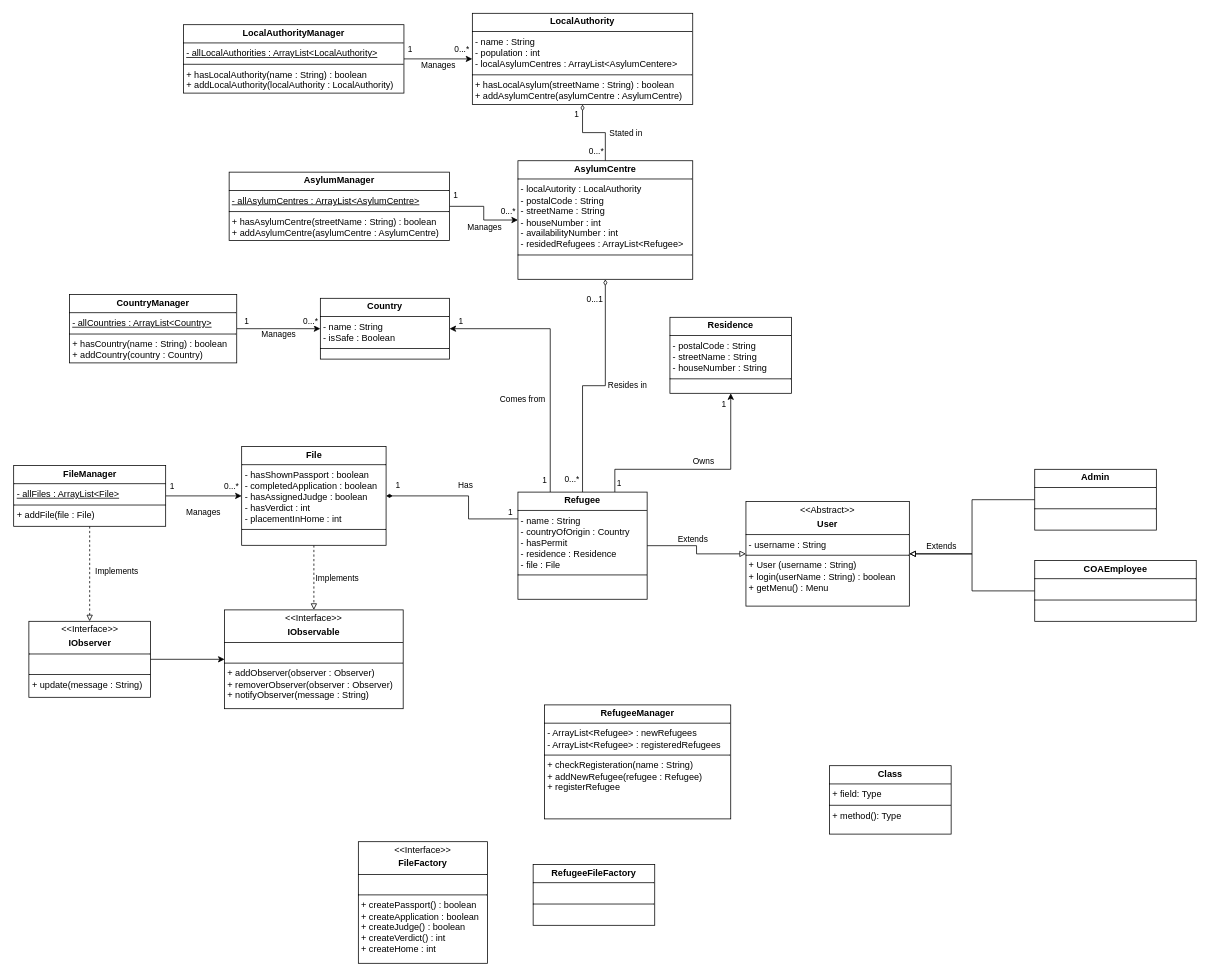
Above: Documentatie/UML OPT.drawio in Wollepluis/COAApplicatieHerschreven_OPT (draw.io), before the change. Source tidied: cells renumbered, new cells numbered last; positions are measured from the earlier drawing's top-left corner, leaving out a move shared by most shapes. Both pictures are drawn from the tidied source at 76%, with x=0, y=0 at pixel (13, 13).
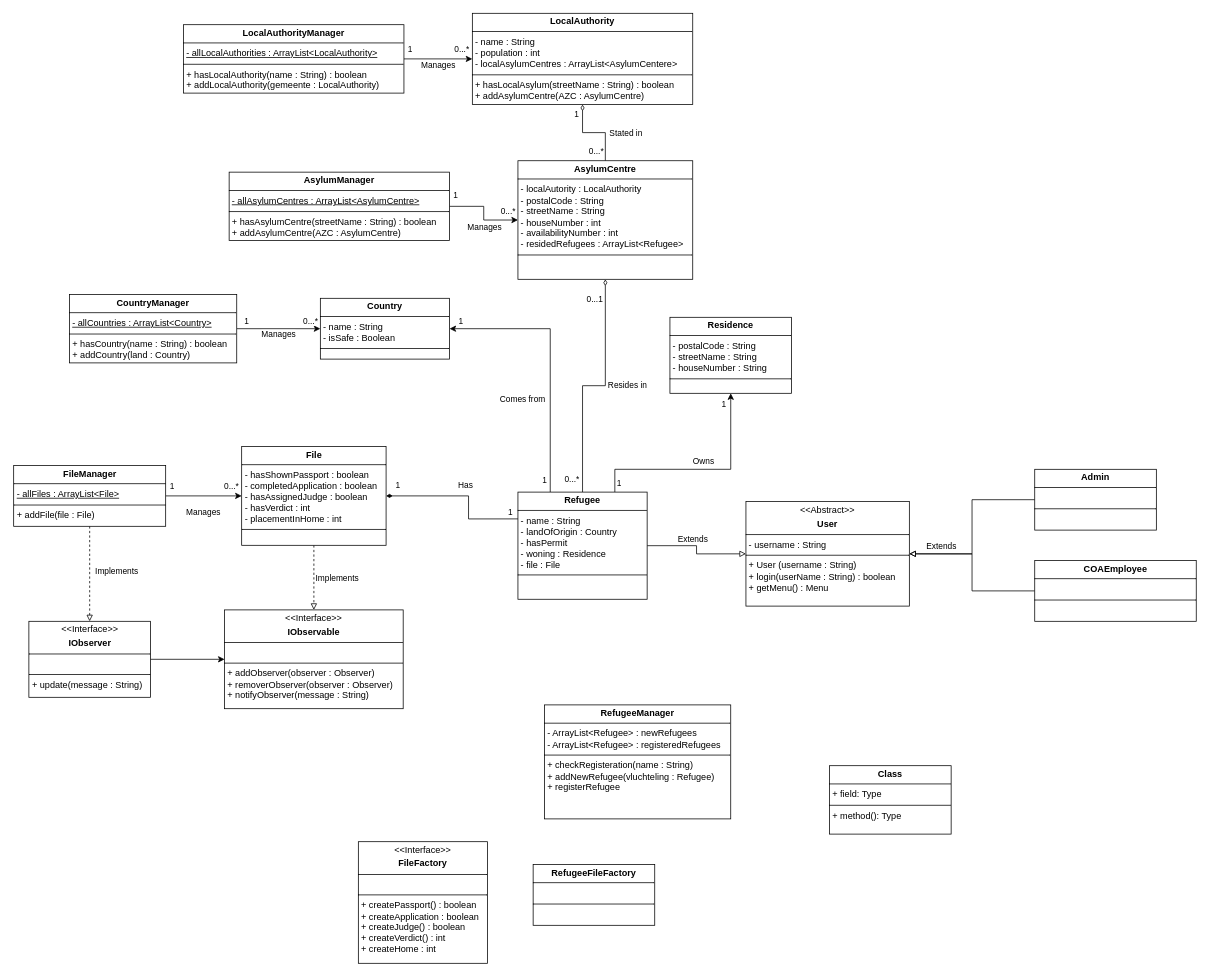
After the change.

What changed in the source:
```diff
@@
-    <mxCell id="12" value="&lt;p style=&quot;margin:0px;margin-top:4px;text-align:center;&quot;&gt;&lt;b&gt;AsylumManager&lt;/b&gt;&lt;/p&gt;&lt;hr size=&quot;1&quot; style=&quot;border-style:solid;&quot;&gt;&lt;p style=&quot;margin:0px;margin-left:4px;&quot;&gt;&lt;u&gt;- allAsylumCentres : ArrayList&amp;lt;AsylumCentre&amp;gt;&lt;/u&gt;&lt;/p&gt;&lt;hr size=&quot;1&quot; style=&quot;border-style:solid;&quot;&gt;&lt;p style=&quot;margin:0px;margin-left:4px;&quot;&gt;+ hasAsylumCentre(streetName : String) : boolean&lt;/p&gt;&lt;p style=&quot;margin:0px;margin-left:4px;&quot;&gt;+ addAsylumCentre(asylumCentre : AsylumCentre)&lt;/p&gt;" style="verticalAlign=top;align=left;overflow=fill;html=1;whiteSpace=wrap;" parent="1" vertex="1">
+    <mxCell id="12" value="&lt;p style=&quot;margin:0px;margin-top:4px;text-align:center;&quot;&gt;&lt;b&gt;AsylumManager&lt;/b&gt;&lt;/p&gt;&lt;hr size=&quot;1&quot; style=&quot;border-style:solid;&quot;&gt;&lt;p style=&quot;margin:0px;margin-left:4px;&quot;&gt;&lt;u&gt;- allAsylumCentres : ArrayList&amp;lt;AsylumCentre&amp;gt;&lt;/u&gt;&lt;/p&gt;&lt;hr size=&quot;1&quot; style=&quot;border-style:solid;&quot;&gt;&lt;p style=&quot;margin:0px;margin-left:4px;&quot;&gt;+ hasAsylumCentre(streetName : String) : boolean&lt;/p&gt;&lt;p style=&quot;margin:0px;margin-left:4px;&quot;&gt;+ addAsylumCentre(AZC : AsylumCentre)&lt;/p&gt;" style="verticalAlign=top;align=left;overflow=fill;html=1;whiteSpace=wrap;" parent="1" vertex="1">
       <mxGeometry x="284" y="209" width="290" height="90" as="geometry" />
     </mxCell>
@@
-    <mxCell id="17" value="&lt;p style=&quot;margin:0px;margin-top:4px;text-align:center;&quot;&gt;&lt;b&gt;CountryManager&lt;/b&gt;&lt;/p&gt;&lt;hr size=&quot;1&quot; style=&quot;border-style:solid;&quot;&gt;&lt;p style=&quot;margin:0px;margin-left:4px;&quot;&gt;&lt;u&gt;- allCountries : ArrayList&amp;lt;Country&amp;gt;&lt;/u&gt;&lt;/p&gt;&lt;hr size=&quot;1&quot; style=&quot;border-style:solid;&quot;&gt;&lt;p style=&quot;margin:0px;margin-left:4px;&quot;&gt;+ hasCountry(name : String) : boolean&lt;/p&gt;&lt;p style=&quot;margin:0px;margin-left:4px;&quot;&gt;+ addCountry(country : Country)&lt;/p&gt;" style="verticalAlign=top;align=left;overflow=fill;html=1;whiteSpace=wrap;" parent="1" vertex="1">
+    <mxCell id="17" value="&lt;p style=&quot;margin:0px;margin-top:4px;text-align:center;&quot;&gt;&lt;b&gt;CountryManager&lt;/b&gt;&lt;/p&gt;&lt;hr size=&quot;1&quot; style=&quot;border-style:solid;&quot;&gt;&lt;p style=&quot;margin:0px;margin-left:4px;&quot;&gt;&lt;u&gt;- allCountries : ArrayList&amp;lt;Country&amp;gt;&lt;/u&gt;&lt;/p&gt;&lt;hr size=&quot;1&quot; style=&quot;border-style:solid;&quot;&gt;&lt;p style=&quot;margin:0px;margin-left:4px;&quot;&gt;+ hasCountry(name : String) : boolean&lt;/p&gt;&lt;p style=&quot;margin:0px;margin-left:4px;&quot;&gt;+ addCountry(land : Country)&lt;/p&gt;" style="verticalAlign=top;align=left;overflow=fill;html=1;whiteSpace=wrap;" parent="1" vertex="1">
       <mxGeometry x="74" y="370" width="220" height="90" as="geometry" />
     </mxCell>
-    <mxCell id="18" value="&lt;p style=&quot;margin:0px;margin-top:4px;text-align:center;&quot;&gt;&lt;b&gt;LocalAuthority&lt;/b&gt;&lt;/p&gt;&lt;hr size=&quot;1&quot; style=&quot;border-style:solid;&quot;&gt;&lt;p style=&quot;margin:0px;margin-left:4px;&quot;&gt;- name : String&lt;/p&gt;&lt;p style=&quot;margin:0px;margin-left:4px;&quot;&gt;- population : int&lt;/p&gt;&lt;p style=&quot;margin:0px;margin-left:4px;&quot;&gt;- localAsylumCentres : ArrayList&amp;lt;AsylumCentere&amp;gt;&lt;/p&gt;&lt;hr size=&quot;1&quot; style=&quot;border-style:solid;&quot;&gt;&lt;p style=&quot;margin:0px;margin-left:4px;&quot;&gt;+ hasLocalAsylum(streetName : String) : boolean&lt;/p&gt;&lt;p style=&quot;margin:0px;margin-left:4px;&quot;&gt;+ addAsylumCentre(asylumCentre : AsylumCentre)&lt;/p&gt;" style="verticalAlign=top;align=left;overflow=fill;html=1;whiteSpace=wrap;" parent="1" vertex="1">
+    <mxCell id="18" value="&lt;p style=&quot;margin:0px;margin-top:4px;text-align:center;&quot;&gt;&lt;b&gt;LocalAuthority&lt;/b&gt;&lt;/p&gt;&lt;hr size=&quot;1&quot; style=&quot;border-style:solid;&quot;&gt;&lt;p style=&quot;margin:0px;margin-left:4px;&quot;&gt;- name : String&lt;/p&gt;&lt;p style=&quot;margin:0px;margin-left:4px;&quot;&gt;- population : int&lt;/p&gt;&lt;p style=&quot;margin:0px;margin-left:4px;&quot;&gt;- localAsylumCentres : ArrayList&amp;lt;AsylumCentere&amp;gt;&lt;/p&gt;&lt;hr size=&quot;1&quot; style=&quot;border-style:solid;&quot;&gt;&lt;p style=&quot;margin:0px;margin-left:4px;&quot;&gt;+ hasLocalAsylum(streetName : String) : boolean&lt;/p&gt;&lt;p style=&quot;margin:0px;margin-left:4px;&quot;&gt;+ addAsylumCentre(AZC : AsylumCentre)&lt;/p&gt;" style="verticalAlign=top;align=left;overflow=fill;html=1;whiteSpace=wrap;" parent="1" vertex="1">
       <mxGeometry x="604" width="290" height="120" as="geometry" />
     </mxCell>
@@
-    <mxCell id="23" value="&lt;p style=&quot;margin:0px;margin-top:4px;text-align:center;&quot;&gt;&lt;b&gt;LocalAuthorityManager&lt;/b&gt;&lt;/p&gt;&lt;hr size=&quot;1&quot; style=&quot;border-style:solid;&quot;&gt;&lt;p style=&quot;margin:0px;margin-left:4px;&quot;&gt;&lt;u&gt;- allLocalAuthorities : ArrayList&amp;lt;LocalAuthority&amp;gt;&lt;/u&gt;&lt;/p&gt;&lt;hr size=&quot;1&quot; style=&quot;border-style:solid;&quot;&gt;&lt;p style=&quot;margin:0px;margin-left:4px;&quot;&gt;+ hasLocalAuthority(name : String) : boolean&lt;/p&gt;&lt;p style=&quot;margin:0px;margin-left:4px;&quot;&gt;+ addLocalAuthority(localAuthority : LocalAuthority)&lt;/p&gt;" style="verticalAlign=top;align=left;overflow=fill;html=1;whiteSpace=wrap;" parent="1" vertex="1">
+    <mxCell id="23" value="&lt;p style=&quot;margin:0px;margin-top:4px;text-align:center;&quot;&gt;&lt;b&gt;LocalAuthorityManager&lt;/b&gt;&lt;/p&gt;&lt;hr size=&quot;1&quot; style=&quot;border-style:solid;&quot;&gt;&lt;p style=&quot;margin:0px;margin-left:4px;&quot;&gt;&lt;u&gt;- allLocalAuthorities : ArrayList&amp;lt;LocalAuthority&amp;gt;&lt;/u&gt;&lt;/p&gt;&lt;hr size=&quot;1&quot; style=&quot;border-style:solid;&quot;&gt;&lt;p style=&quot;margin:0px;margin-left:4px;&quot;&gt;+ hasLocalAuthority(name : String) : boolean&lt;/p&gt;&lt;p style=&quot;margin:0px;margin-left:4px;&quot;&gt;+ addLocalAuthority(gemeente : LocalAuthority)&lt;/p&gt;" style="verticalAlign=top;align=left;overflow=fill;html=1;whiteSpace=wrap;" parent="1" vertex="1">
       <mxGeometry x="224" y="15" width="290" height="90" as="geometry" />
     </mxCell>
@@
-    <mxCell id="44" value="&lt;p style=&quot;margin:0px;margin-top:4px;text-align:center;&quot;&gt;&lt;b&gt;Refugee&lt;/b&gt;&lt;/p&gt;&lt;hr size=&quot;1&quot; style=&quot;border-style:solid;&quot;&gt;&lt;p style=&quot;margin: 0px 0px 0px 4px;&quot;&gt;&lt;span style=&quot;background-color: initial;&quot;&gt;- name : String&lt;/span&gt;&lt;/p&gt;&lt;p style=&quot;margin: 0px 0px 0px 4px;&quot;&gt;&lt;span style=&quot;background-color: initial;&quot;&gt;- countryOfOrigin : Country&lt;/span&gt;&lt;/p&gt;&lt;p style=&quot;margin: 0px 0px 0px 4px;&quot;&gt;&lt;span style=&quot;background-color: initial;&quot;&gt;- hasPermit&lt;/span&gt;&lt;/p&gt;&lt;p style=&quot;margin: 0px 0px 0px 4px;&quot;&gt;- residence : Residence&lt;/p&gt;&lt;p style=&quot;margin:0px;margin-left:4px;&quot;&gt;&lt;span style=&quot;background-color: initial;&quot;&gt;- file : File&lt;/span&gt;&lt;/p&gt;&lt;hr size=&quot;1&quot; style=&quot;border-style:solid;&quot;&gt;&lt;p style=&quot;margin:0px;margin-left:4px;&quot;&gt;&lt;br&gt;&lt;/p&gt;" style="verticalAlign=top;align=left;overflow=fill;html=1;whiteSpace=wrap;" parent="1" vertex="1">
+    <mxCell id="44" value="&lt;p style=&quot;margin:0px;margin-top:4px;text-align:center;&quot;&gt;&lt;b&gt;Refugee&lt;/b&gt;&lt;/p&gt;&lt;hr size=&quot;1&quot; style=&quot;border-style:solid;&quot;&gt;&lt;p style=&quot;margin: 0px 0px 0px 4px;&quot;&gt;&lt;span style=&quot;background-color: initial;&quot;&gt;- name : String&lt;/span&gt;&lt;/p&gt;&lt;p style=&quot;margin: 0px 0px 0px 4px;&quot;&gt;&lt;span style=&quot;background-color: initial;&quot;&gt;- landOfOrigin : Country&lt;/span&gt;&lt;/p&gt;&lt;p style=&quot;margin: 0px 0px 0px 4px;&quot;&gt;&lt;span style=&quot;background-color: initial;&quot;&gt;- hasPermit&lt;/span&gt;&lt;/p&gt;&lt;p style=&quot;margin: 0px 0px 0px 4px;&quot;&gt;- woning : Residence&lt;/p&gt;&lt;p style=&quot;margin:0px;margin-left:4px;&quot;&gt;&lt;span style=&quot;background-color: initial;&quot;&gt;- file : File&lt;/span&gt;&lt;/p&gt;&lt;hr size=&quot;1&quot; style=&quot;border-style:solid;&quot;&gt;&lt;p style=&quot;margin:0px;margin-left:4px;&quot;&gt;&lt;br&gt;&lt;/p&gt;" style="verticalAlign=top;align=left;overflow=fill;html=1;whiteSpace=wrap;" parent="1" vertex="1">
       <mxGeometry x="664" y="630" width="170" height="141" as="geometry" />
     </mxCell>
@@
-    <mxCell id="66" value="&lt;p style=&quot;margin:0px;margin-top:4px;text-align:center;&quot;&gt;&lt;b&gt;RefugeeManager&lt;/b&gt;&lt;/p&gt;&lt;hr size=&quot;1&quot; style=&quot;border-style:solid;&quot;&gt;&lt;p style=&quot;margin:0px;margin-left:4px;&quot;&gt;- ArrayList&amp;lt;Refugee&amp;gt; : newRefugees&lt;/p&gt;&lt;p style=&quot;margin:0px;margin-left:4px;&quot;&gt;- ArrayList&amp;lt;Refugee&amp;gt; : registeredRefugees&lt;/p&gt;&lt;hr size=&quot;1&quot; style=&quot;border-style:solid;&quot;&gt;&lt;p style=&quot;margin:0px;margin-left:4px;&quot;&gt;+ checkRegisteration(name : String)&lt;/p&gt;&lt;p style=&quot;margin:0px;margin-left:4px;&quot;&gt;+ addNewRefugee(refugee : Refugee)&lt;/p&gt;&lt;p style=&quot;margin:0px;margin-left:4px;&quot;&gt;+ registerRefugee&lt;/p&gt;" style="verticalAlign=top;align=left;overflow=fill;html=1;whiteSpace=wrap;" parent="1" vertex="1">
+    <mxCell id="66" value="&lt;p style=&quot;margin:0px;margin-top:4px;text-align:center;&quot;&gt;&lt;b&gt;RefugeeManager&lt;/b&gt;&lt;/p&gt;&lt;hr size=&quot;1&quot; style=&quot;border-style:solid;&quot;&gt;&lt;p style=&quot;margin:0px;margin-left:4px;&quot;&gt;- ArrayList&amp;lt;Refugee&amp;gt; : newRefugees&lt;/p&gt;&lt;p style=&quot;margin:0px;margin-left:4px;&quot;&gt;- ArrayList&amp;lt;Refugee&amp;gt; : registeredRefugees&lt;/p&gt;&lt;hr size=&quot;1&quot; style=&quot;border-style:solid;&quot;&gt;&lt;p style=&quot;margin:0px;margin-left:4px;&quot;&gt;+ checkRegisteration(name : String)&lt;/p&gt;&lt;p style=&quot;margin:0px;margin-left:4px;&quot;&gt;+ addNewRefugee(vluchteling : Refugee)&lt;/p&gt;&lt;p style=&quot;margin:0px;margin-left:4px;&quot;&gt;+ registerRefugee&lt;/p&gt;" style="verticalAlign=top;align=left;overflow=fill;html=1;whiteSpace=wrap;" parent="1" vertex="1">
       <mxGeometry x="699" y="910" width="245" height="150" as="geometry" />
     </mxCell>
```
